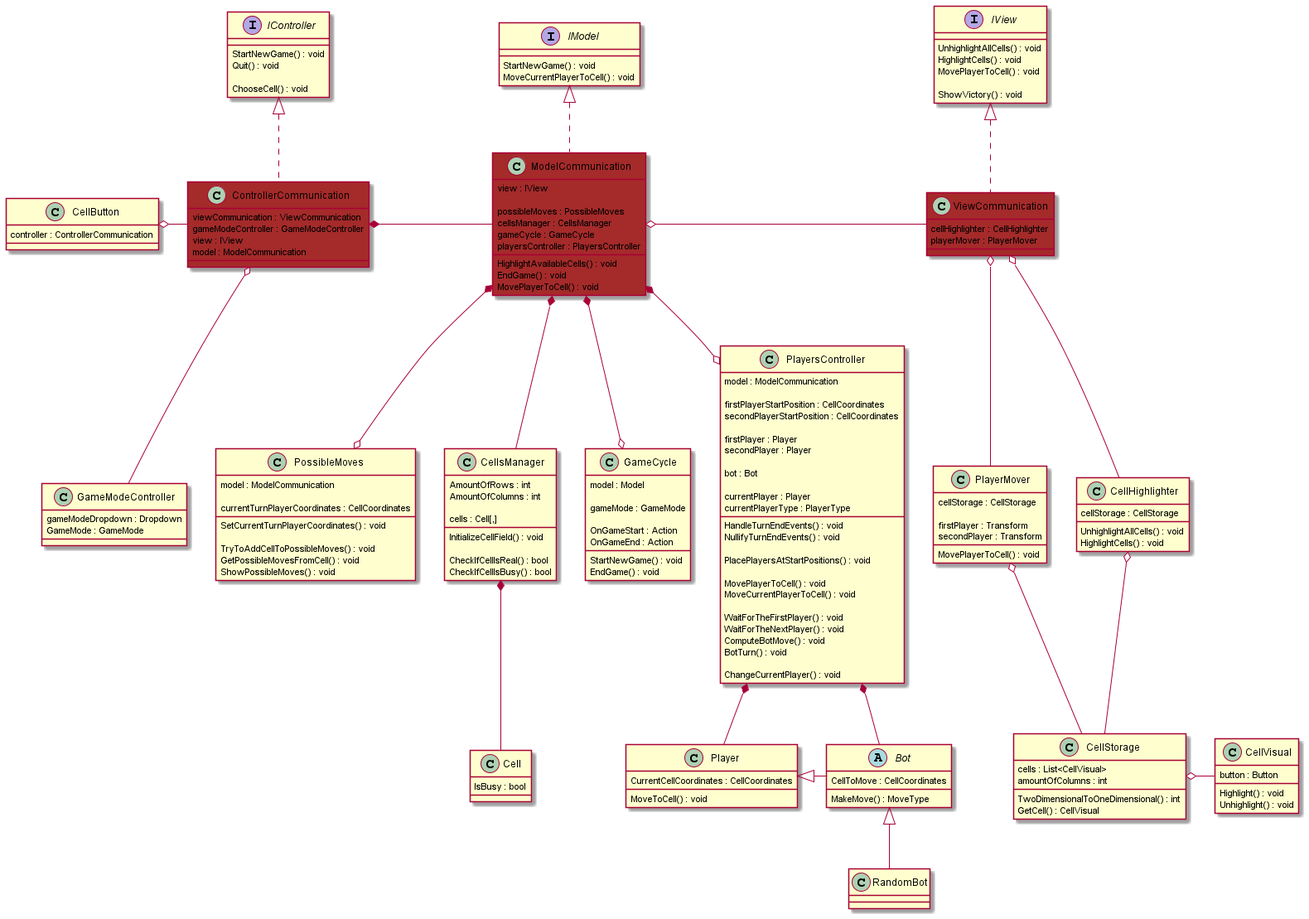
Earlier version of the PlantUML export Quoridor/Assets/Diagrams/diagram.png (snyk04/quoridor).
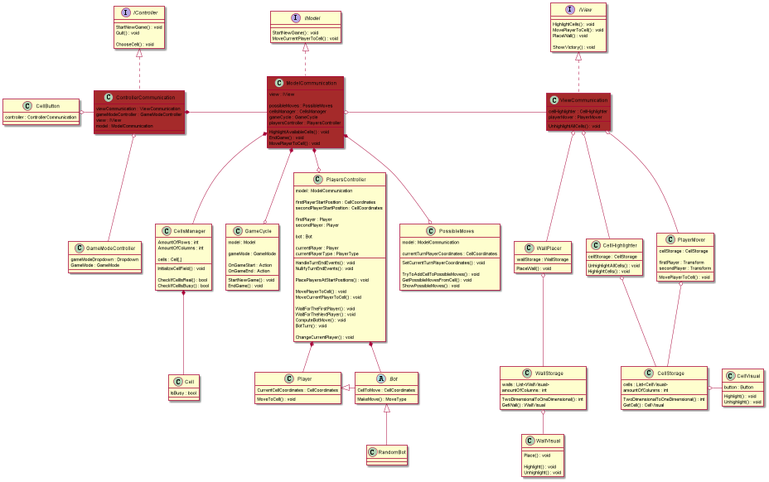
The same file after the commit.

Change to the diagram source:
```diff
@@ -1,16 +1,11 @@
 @startuml
 
 
-interface IController
-interface IView
 interface IModel
 {
     StartNewGame() : void
     MoveCurrentPlayerToCell() : void
 }
-
-class ControllerCommunication
-class ViewCommunication
 class ModelCommunication #brown
 {
     view : IView
@@ -130,17 +125,18 @@
 
 interface IView
 {
-    UnhighlightAllCells() : void
     HighlightCells() : void
     MovePlayerToCell() : void
+    PlaceWall() : void
 
     ShowVictory() : void
 }
-
 class ViewCommunication #brown
 {
     cellHighlighter : CellHighlighter
     playerMover : PlayerMover
+
+    UnhighlightAllCells() : void
 }
 
 class CellHighlighter
@@ -165,6 +161,29 @@
     Highlight() : void
     Unhighlight() : void
 }
+
+class WallPlacer
+{
+    wallStorage : WallStorage
+
+    PlaceWall() : void
+}
+class WallStorage
+{
+   walls : List<WallVisual>
+   amountOfColumns : int
+
+   TwoDimensionalToOneDimensional() : int
+   GetWall() : WallVisual
+}
+class WallVisual
+{
+    Place() : void
+
+    Highlight() : void
+    Unhighlight() : void
+}
+
 class PlayerMover
 {
     cellStorage : CellStorage
@@ -179,9 +198,14 @@
 
 ViewCommunication o-- CellHighlighter
 ViewCommunication o-- PlayerMover
+ViewCommunication o-- WallPlacer
+
 CellHighlighter o-- CellStorage
 PlayerMover o-- CellStorage
 CellStorage o- CellVisual
+
+WallPlacer o-- WallStorage
+WallStorage o-- WallVisual
 
 
 interface IController
```
